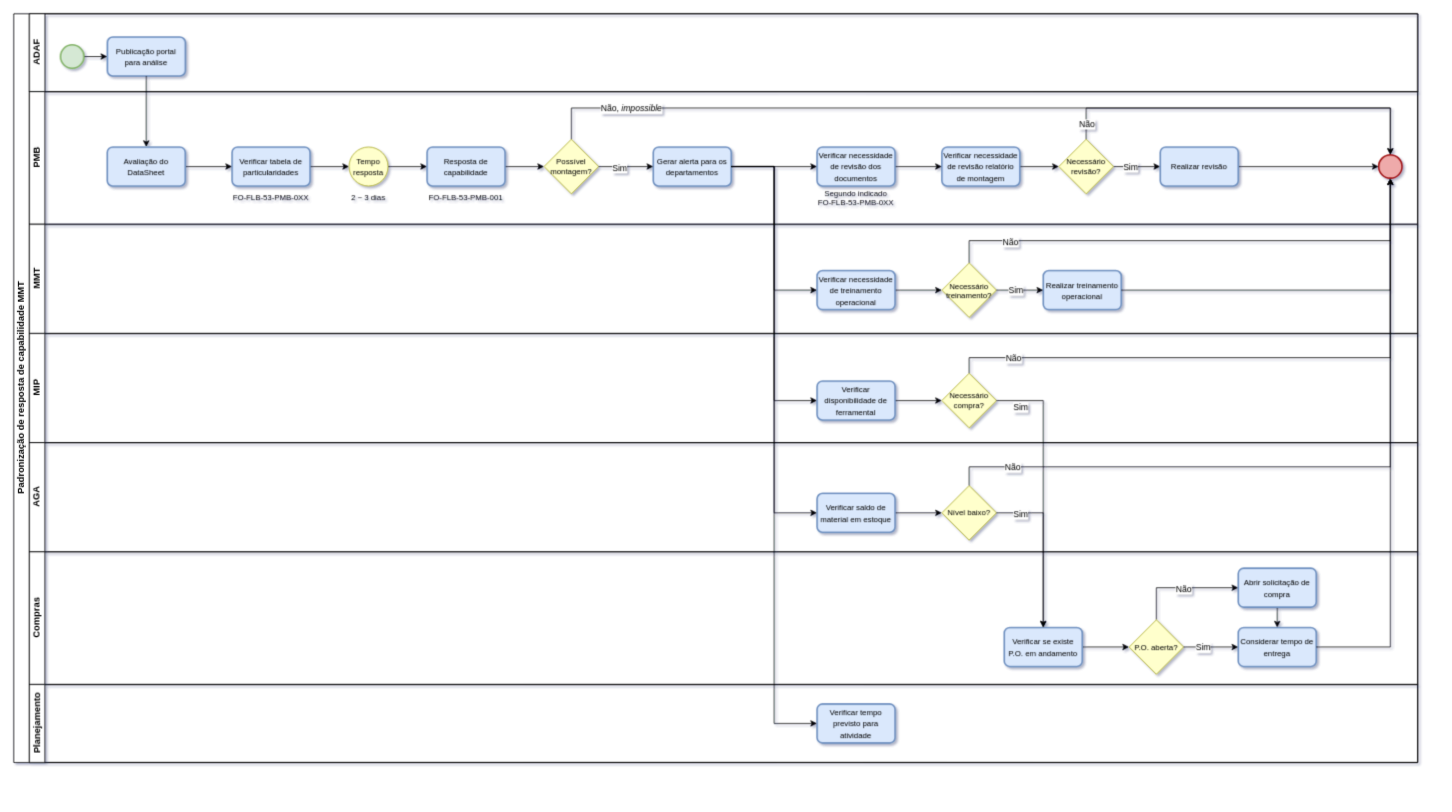
Before: Untitled Diagram.drawio in Willian-BC/Draw, a draw.io diagram. Source tidied: cells renumbered, new cells numbered last; positions are measured from the earlier drawing's top-left corner, leaving out a move shared by most shapes. Both pictures are drawn from the tidied source at 78%, with x=0, y=0 at pixel (13, 13).
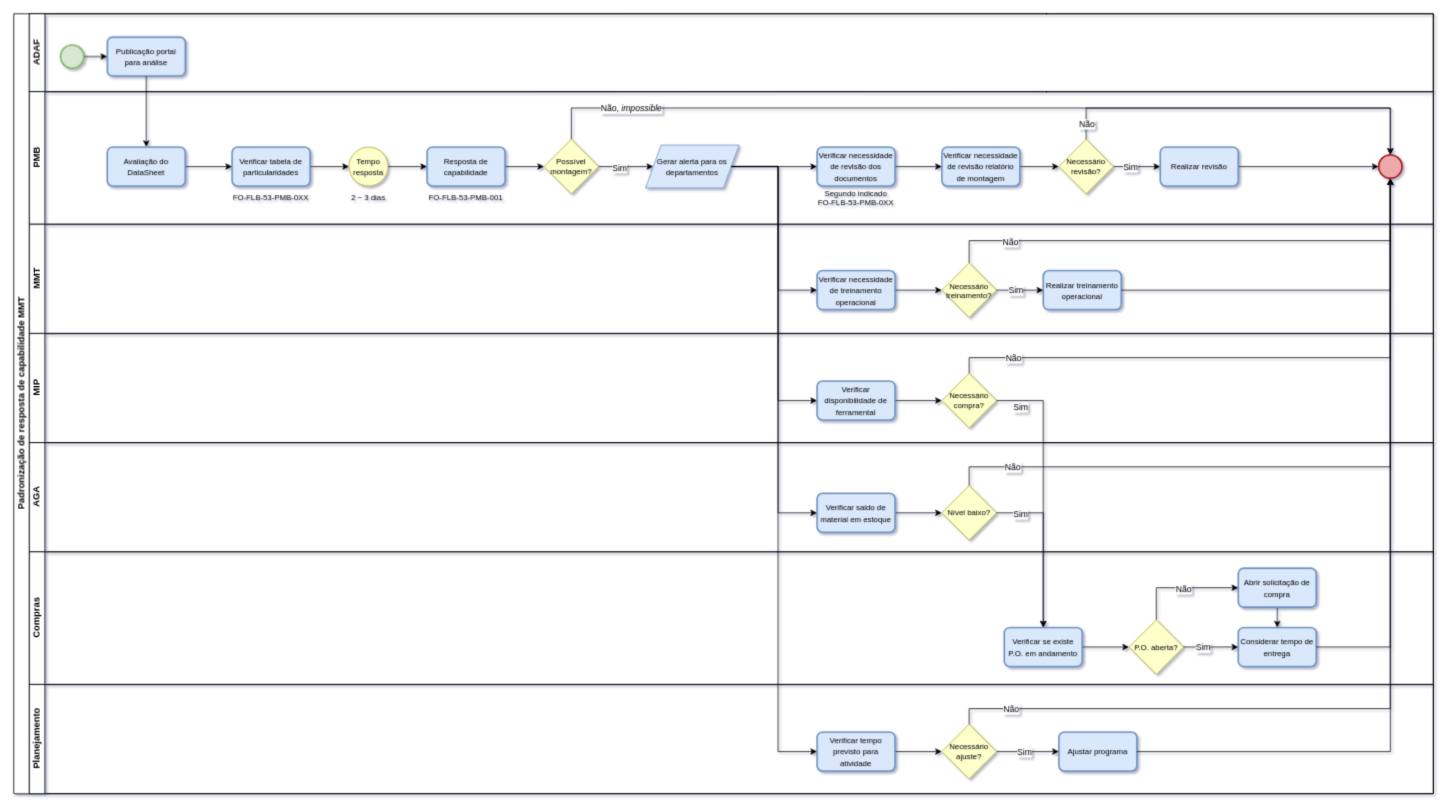
The same diagram, later.

The change refers to these unchanged cells:
```xml
<mxCell id="13" style="strokeWidth=2;html=1;shape=mxgraph.flowchart.start_2;whiteSpace=wrap;fillColor=#eeaaaa;strokeColor=#9f0d0d;" parent="8" vertex="1">
  <mxGeometry x="1730" y="81" width="30" height="30" as="geometry" />
</mxCell>
```

Change to the diagram source:
```diff
@@
     <mxCell id="2" value="&lt;font style=&quot;font-size: 12px;&quot;&gt;Padronização de resposta de capabilidade MMT&lt;/font&gt;" style="swimlane;horizontal=0;startSize=20;html=1;rounded=0;fontSize=10;" parent="1" vertex="1">
-      <mxGeometry width="1800" height="960" as="geometry" />
+      <mxGeometry width="1820" height="1000" as="geometry" />
     </mxCell>
     <mxCell id="3" value="ADAF" style="swimlane;startSize=20;horizontal=0;html=1;rounded=0;" parent="2" vertex="1">
-      <mxGeometry x="20" width="1780" height="100" as="geometry" />
+      <mxGeometry x="20" width="1800" height="100" as="geometry" />
     </mxCell>
@@
     <mxCell id="8" value="PMB" style="swimlane;startSize=20;horizontal=0;html=1;rounded=0;" parent="2" vertex="1">
-      <mxGeometry x="20" y="100" width="1780" height="170" as="geometry" />
+      <mxGeometry x="20" y="100" width="1800" height="170" as="geometry" />
     </mxCell>
@@
-    <mxCell id="29" value="&lt;span style=&quot;font-size: 10px;&quot;&gt;Gerar alerta para os departamentos&lt;/span&gt;" style="rounded=1;whiteSpace=wrap;html=1;absoluteArcSize=1;arcSize=14;strokeWidth=2;fillColor=#dae8fc;strokeColor=#6c8ebf;" parent="8" vertex="1">
-      <mxGeometry x="800" y="71" width="100" height="50" as="geometry" />
-    </mxCell>
@@
+    <mxCell id="29" value="&lt;span style=&quot;font-size: 10px;&quot;&gt;Gerar alerta para os departamentos&lt;/span&gt;" style="shape=parallelogram;perimeter=parallelogramPerimeter;whiteSpace=wrap;html=1;fixedSize=1;labelBackgroundColor=none;strokeColor=#6C8EBF;strokeWidth=1;fontFamily=Helvetica;fontSize=11;fontColor=#000000;fillColor=#DAE8FC;" parent="8" vertex="1">
+      <mxGeometry x="790" y="68.5" width="120" height="55" as="geometry" />
+    </mxCell>
     <mxCell id="40" value="MMT" style="swimlane;startSize=20;horizontal=0;html=1;rounded=0;" parent="2" vertex="1">
-      <mxGeometry x="20" y="270" width="1780" height="140" as="geometry" />
+      <mxGeometry x="20" y="270" width="1800" height="140" as="geometry" />
     </mxCell>
@@
     <mxCell id="47" value="MIP" style="swimlane;startSize=20;horizontal=0;html=1;rounded=0;" parent="2" vertex="1">
-      <mxGeometry x="20" y="410" width="1780" height="140" as="geometry" />
+      <mxGeometry x="20" y="410" width="1800" height="140" as="geometry" />
     </mxCell>
@@
     <mxCell id="51" value="AGA" style="swimlane;startSize=20;horizontal=0;html=1;rounded=0;" parent="2" vertex="1">
-      <mxGeometry x="20" y="550" width="1780" height="140" as="geometry" />
+      <mxGeometry x="20" y="550" width="1800" height="140" as="geometry" />
     </mxCell>
@@
     <mxCell id="55" value="Compras" style="swimlane;startSize=20;horizontal=0;html=1;rounded=0;" parent="2" vertex="1">
-      <mxGeometry x="20" y="690" width="1780" height="170" as="geometry" />
+      <mxGeometry x="20" y="690" width="1800" height="170" as="geometry" />
     </mxCell>
@@
     <mxCell id="66" value="Planejamento" style="swimlane;startSize=20;horizontal=0;html=1;rounded=0;" parent="2" vertex="1">
-      <mxGeometry x="20" y="860" width="1780" height="100" as="geometry" />
+      <mxGeometry x="20" y="860" width="1800" height="140" as="geometry" />
     </mxCell>
+    <mxCell id="84" style="edgeStyle=orthogonalEdgeStyle;rounded=0;jettySize=auto;html=1;exitX=1;exitY=0.5;exitDx=0;exitDy=0;entryX=0;entryY=0.5;entryDx=0;entryDy=0;fontFamily=Helvetica;fontSize=11;fontColor=#000000;" parent="66" edge="1" source="67" target="87">
+      <mxGeometry relative="1" as="geometry" />
+    </mxCell>
     <mxCell id="67" value="&lt;span style=&quot;font-size: 10px;&quot;&gt;Verificar tempo previsto para atividade&lt;/span&gt;" style="rounded=1;whiteSpace=wrap;html=1;absoluteArcSize=1;arcSize=14;strokeWidth=2;fillColor=#dae8fc;strokeColor=#6c8ebf;" parent="66" vertex="1">
-      <mxGeometry x="1010" y="25" width="100" height="50" as="geometry" />
+      <mxGeometry x="1010" y="61" width="100" height="50" as="geometry" />
     </mxCell>
+    <mxCell id="85" style="edgeStyle=orthogonalEdgeStyle;rounded=0;jettySize=auto;html=1;exitX=1;exitY=0.5;exitDx=0;exitDy=0;entryX=0;entryY=0.5;entryDx=0;entryDy=0;fontFamily=Helvetica;fontSize=11;fontColor=#000000;" parent="66" edge="1" source="87" target="88">
+      <mxGeometry relative="1" as="geometry" />
+    </mxCell>
+    <mxCell id="86" value="Sim" style="edgeLabel;html=1;align=center;verticalAlign=middle;fontSize=11;fontFamily=Helvetica;fontColor=#000000;" parent="85" vertex="1">
+      <mxGeometry x="0.14" relative="1" as="geometry">
+        <mxPoint x="-11" as="offset" />
+      </mxGeometry>
+    </mxCell>
+    <mxCell id="87" value="Necessário ajuste?" style="rhombus;whiteSpace=wrap;html=1;strokeColor=#a6a61d;fontSize=10;fillColor=#ffffcc;" parent="66" vertex="1">
+      <mxGeometry x="1170" y="51" width="70" height="70" as="geometry" />
+    </mxCell>
+    <mxCell id="88" value="&lt;span style=&quot;font-size: 10px;&quot;&gt;Ajustar programa&lt;/span&gt;" style="rounded=1;whiteSpace=wrap;html=1;absoluteArcSize=1;arcSize=14;strokeWidth=2;fillColor=#dae8fc;strokeColor=#6c8ebf;" parent="66" vertex="1">
+      <mxGeometry x="1320" y="61" width="100" height="50" as="geometry" />
+    </mxCell>
@@
-    <mxCell id="71" style="edgeStyle=orthogonalEdgeStyle;rounded=0;jettySize=auto;html=1;exitX=1;exitY=0.5;exitDx=0;exitDy=0;entryX=0;entryY=0.5;entryDx=0;entryDy=0;" parent="2" edge="1" source="29" target="67">
+    <mxCell id="71" style="edgeStyle=orthogonalEdgeStyle;rounded=0;jettySize=auto;html=1;entryX=0;entryY=0.5;entryDx=0;entryDy=0;exitX=1;exitY=0.5;exitDx=0;exitDy=0;" parent="2" edge="1" source="29" target="67">
       <mxGeometry relative="1" as="geometry" />
     </mxCell>
@@
+    <mxCell id="89" style="edgeStyle=orthogonalEdgeStyle;rounded=0;jettySize=auto;html=1;exitX=1;exitY=0.5;exitDx=0;exitDy=0;entryX=0.5;entryY=1;entryDx=0;entryDy=0;entryPerimeter=0;fontFamily=Helvetica;fontSize=11;fontColor=#000000;" parent="2" edge="1" source="88" target="13">
+      <mxGeometry relative="1" as="geometry" />
+    </mxCell>
+    <mxCell id="90" style="edgeStyle=orthogonalEdgeStyle;rounded=0;jettySize=auto;html=1;exitX=0.5;exitY=0;exitDx=0;exitDy=0;entryX=0.5;entryY=1;entryDx=0;entryDy=0;entryPerimeter=0;fontFamily=Helvetica;fontSize=11;fontColor=#000000;" parent="2" edge="1" source="87" target="13">
+      <mxGeometry relative="1" as="geometry">
+        <Array as="points">
+          <mxPoint x="1225" y="891" />
+          <mxPoint x="1765" y="891" />
+        </Array>
+      </mxGeometry>
+    </mxCell>
+    <mxCell id="91" value="Não" style="edgeLabel;html=1;align=center;verticalAlign=middle;fontSize=11;fontFamily=Helvetica;fontColor=#000000;" parent="90" vertex="1">
+      <mxGeometry x="-0.61" relative="1" as="geometry">
+        <mxPoint x="-169" as="offset" />
+      </mxGeometry>
+    </mxCell>
```
